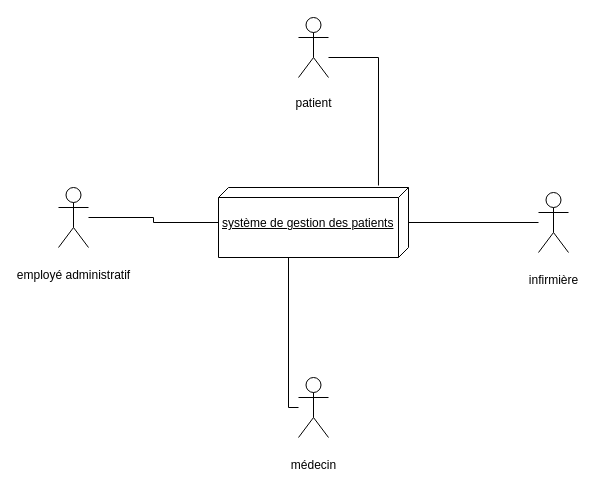
Above: Diagramme_de_contexte_statique.drawio in Adjaro/Modelisation (draw.io), before the change. Source tidied: cells renumbered, new cells numbered last; positions are measured from the earlier drawing's top-left corner, leaving out a move shared by most shapes. Both pictures are drawn from the tidied source at 100%, with x=0, y=0 at pixel (58, 17).
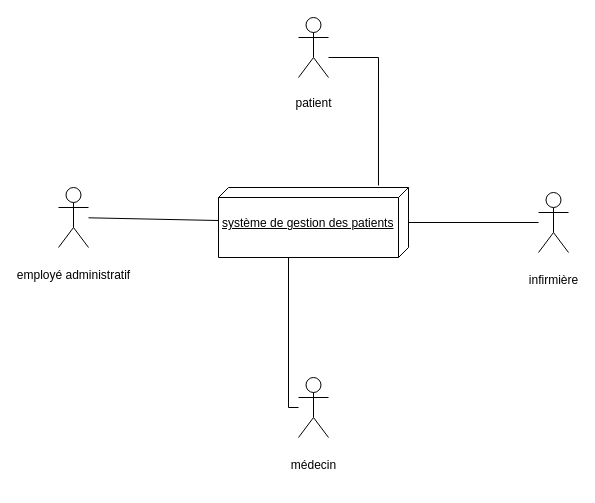
After the change.

Commit message:
Mettre à jour Diagramme_de_contexte_statique.drawio

The edit, as a diff of the source:
```diff
@@
 <mxGraphModel>
   <root>
     <mxCell id="0" />
     <mxCell id="1" parent="0" />
     <mxCell id="2" value="&lt;br&gt;système de gestion des patients" style="verticalAlign=top;align=left;spacingTop=8;spacingLeft=2;spacingRight=12;shape=cube;size=10;direction=south;fontStyle=4;html=1;" parent="1" vertex="1">
       <mxGeometry x="160" y="170" width="190" height="70" as="geometry" />
     </mxCell>
-    <mxCell id="3" style="edgeStyle=orthogonalEdgeStyle;rounded=0;jettySize=auto;html=1;endArrow=none;endFill=0;" parent="1" edge="1" source="4" target="2">
+    <mxCell id="3" style="rounded=0;jettySize=auto;html=1;endArrow=none;endFill=0;" parent="1" edge="1" source="4" target="2">
       <mxGeometry relative="1" as="geometry" />
     </mxCell>
     <mxCell id="4" value="&lt;p class=&quot;MsoNormal&quot;&gt;employé administratif&lt;span style=&quot;font-size:12.0pt;line-height:107%;font-family:&amp;quot;Comic Sans MS&amp;quot;&quot;&gt;&lt;/span&gt;&lt;/p&gt;" style="shape=umlActor;verticalLabelPosition=bottom;verticalAlign=top;html=1;" parent="1" vertex="1">
       <mxGeometry y="170" width="30" height="60" as="geometry" />
     </mxCell>
     <mxCell id="5" style="edgeStyle=orthogonalEdgeStyle;rounded=0;jettySize=auto;html=1;endArrow=none;endFill=0;" parent="1" edge="1" source="6" target="2">
       <mxGeometry relative="1" as="geometry">
         <Array as="points">
           <mxPoint x="230" y="390" />
         </Array>
       </mxGeometry>
     </mxCell>
     <mxCell id="6" value="&lt;p class=&quot;MsoNormal&quot;&gt;médecin&lt;span style=&quot;font-size:12.0pt;line-height:107%;font-family:&amp;quot;Comic Sans MS&amp;quot;&quot;&gt;&lt;/span&gt;&lt;/p&gt;" style="shape=umlActor;verticalLabelPosition=bottom;verticalAlign=top;html=1;" parent="1" vertex="1">
       <mxGeometry x="240" y="360" width="30" height="60" as="geometry" />
     </mxCell>
     <mxCell id="7" style="edgeStyle=orthogonalEdgeStyle;rounded=0;jettySize=auto;html=1;endArrow=none;endFill=0;" parent="1" edge="1" source="8" target="2">
       <mxGeometry relative="1" as="geometry" />
     </mxCell>
     <mxCell id="8" value="&lt;p class=&quot;MsoNormal&quot;&gt;infirmière&lt;span style=&quot;font-size:12.0pt;line-height:107%;font-family:&amp;quot;Comic Sans MS&amp;quot;&quot;&gt;&lt;/span&gt;&lt;/p&gt;" style="shape=umlActor;verticalLabelPosition=bottom;verticalAlign=top;html=1;" parent="1" vertex="1">
       <mxGeometry x="480" y="175" width="30" height="60" as="geometry" />
     </mxCell>
     <mxCell id="9" style="edgeStyle=orthogonalEdgeStyle;rounded=0;jettySize=auto;html=1;entryX=-0.029;entryY=0.158;entryDx=0;entryDy=0;entryPerimeter=0;endArrow=none;endFill=0;" parent="1" edge="1" source="10" target="2">
       <mxGeometry relative="1" as="geometry">
         <Array as="points">
           <mxPoint x="320" y="40" />
         </Array>
       </mxGeometry>
     </mxCell>
     <mxCell id="10" value="&lt;p class=&quot;MsoNormal&quot;&gt;patient&lt;/p&gt;&lt;p class=&quot;MsoNormal&quot;&gt;&lt;span style=&quot;font-size:12.0pt;line-height:107%;font-family:&amp;quot;Comic Sans MS&amp;quot;&quot;&gt;&lt;/span&gt;&lt;/p&gt;" style="shape=umlActor;verticalLabelPosition=bottom;verticalAlign=top;html=1;" parent="1" vertex="1">
       <mxGeometry x="240" width="30" height="60" as="geometry" />
     </mxCell>
   </root>
 </mxGraphModel>
```
